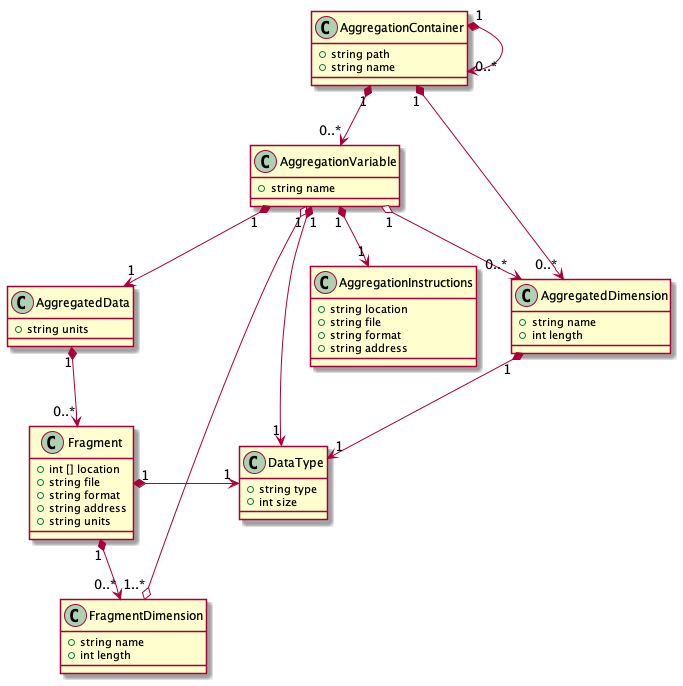
Above: doc/uml/cfa_class_diagram.png in cedadev/CFA-C (PlantUML), before the change.
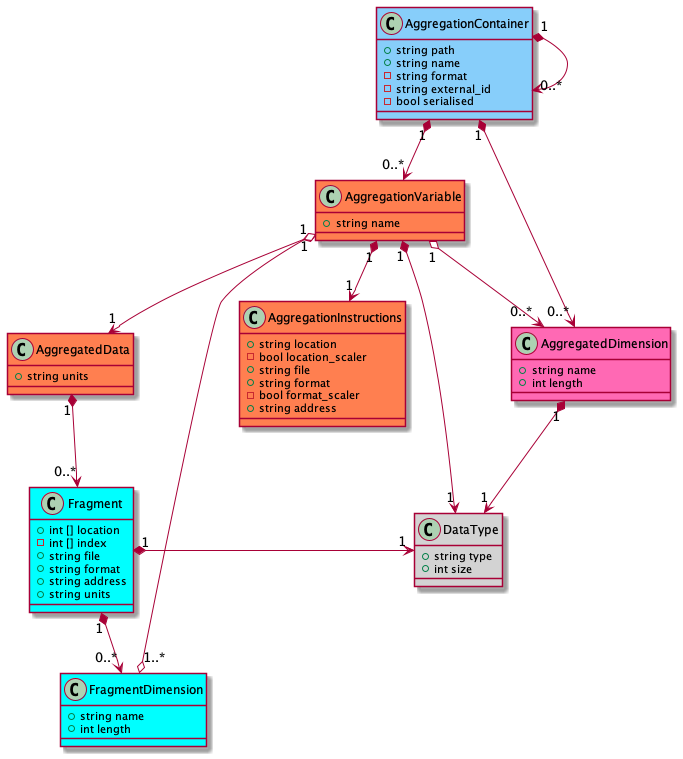
After the change.

What changed in the source:
```diff
@@ -1,46 +1,52 @@
-@startuml
+@startuml cfa_class_diagram
 
-class DataType {
+class DataType #lightgrey {
     +string type
     +int size
 }
 
-class Fragment {
+class FragmentDimension #cyan {
+    +string name
+    +int length
+}
+
+class Fragment #cyan {
     +int [] location
+    -int [] index
     +string file
     +string format
     +string address
     +string units
 }
 
-class AggregatedData {
+class AggregationInstructions #coral {
+    +string location
+    -bool location_scaler
+    +string file
+    +string format
+    -bool format_scaler
+    +string address
+}
+
+class AggregatedData #coral {
     +string units
 }
 
-class AggregationInstructions {
-    +string location
-    +string file
-    +string format
-    +string address
-}
-
-class AggregatedDimension {
+class AggregatedDimension #hotpink {
     +string name
     +int length
 }
 
-class FragmentDimension {
-    +string name
-    +int length
-}
-
-class AggregationVariable {
+class AggregationVariable #coral{
     +string name
 }
 
-class AggregationContainer {
+class AggregationContainer #lightskyblue {
     +string path
     +string name
+    -string format
+    -string external_id
+    -bool serialised
 }
 
 AggregationVariable "1" o--> "0..*" AggregatedDimension
```
